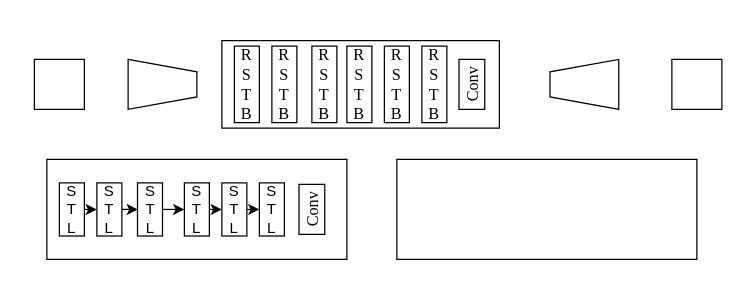
The draw.io diagram SwinIR.drawio in LiSoulSpace/GitBook, before the edit. Source tidied: cells renumbered, new cells numbered last; positions are measured from the earlier drawing's top-left corner, leaving out a move shared by most shapes. Both pictures are drawn from the tidied source at 125%, with x=0, y=0 at pixel (34, 40).
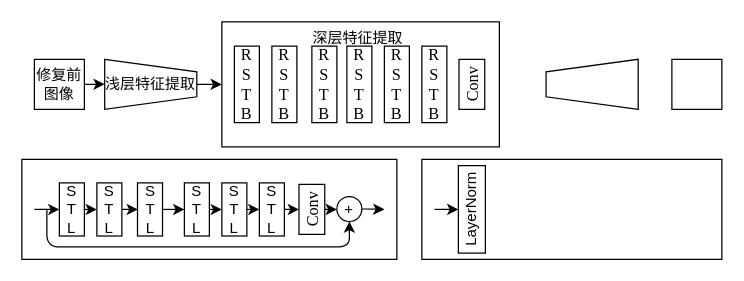
The same diagram, later.

The change refers to these unchanged cells:
```xml
<mxCell id="10" value="S&lt;br&gt;T&lt;br&gt;L" style="rounded=0;whiteSpace=wrap;html=1;" parent="1" vertex="1">
  <mxGeometry x="20" y="113.8" width="20" height="42.5" as="geometry" />
</mxCell>
<mxCell id="19" value="S&lt;br&gt;T&lt;br&gt;L" style="rounded=0;whiteSpace=wrap;html=1;" parent="1" vertex="1">
  <mxGeometry x="180" y="113.8" width="20" height="42.5" as="geometry" />
</mxCell>
<mxCell id="27" value="&lt;font face=&quot;Times New Roman&quot;&gt;&lt;span style=&quot;font-size: 13px;&quot;&gt;Conv&lt;/span&gt;&lt;/font&gt;" style="rounded=0;whiteSpace=wrap;html=1;rotation=-90;" parent="1" vertex="1">
  <mxGeometry x="202" y="124.7" width="40" height="20.6" as="geometry" />
</mxCell>
```

Change to the diagram source:
```diff
@@
+    <mxCell id="28" style="edgeStyle=orthogonalEdgeStyle;rounded=0;jettySize=auto;html=1;exitX=1;exitY=0.5;exitDx=0;exitDy=0;entryX=0.5;entryY=1;entryDx=0;entryDy=0;" parent="1" edge="1" source="2" target="3">
+      <mxGeometry relative="1" as="geometry" />
+    </mxCell>
-    <mxCell id="2" style="rounded=0;whiteSpace=wrap;html=1;" parent="1" vertex="1">
+    <mxCell id="2" value="修复前图像" style="rounded=0;whiteSpace=wrap;html=1;" parent="1" vertex="1">
       <mxGeometry y="15" width="40" height="40" as="geometry" />
     </mxCell>
+    <mxCell id="29" style="edgeStyle=orthogonalEdgeStyle;rounded=0;jettySize=auto;html=1;exitX=0.5;exitY=0;exitDx=0;exitDy=0;entryX=0;entryY=0.5;entryDx=0;entryDy=0;" parent="1" edge="1" source="3" target="4">
+      <mxGeometry relative="1" as="geometry" />
+    </mxCell>
     <mxCell id="3" style="shape=trapezoid;perimeter=trapezoidPerimeter;whiteSpace=wrap;html=1;fixedSize=1;rotation=90;size=10;" parent="1" vertex="1">
-      <mxGeometry x="82.5" y="7.5" width="40" height="55" as="geometry" />
+      <mxGeometry x="73.1" y="-1.9" width="40" height="73.7" as="geometry" />
     </mxCell>
     <mxCell id="4" style="rounded=0;whiteSpace=wrap;html=1;" parent="1" vertex="1">
-      <mxGeometry x="150" width="222" height="70" as="geometry" />
+      <mxGeometry x="150" y="-15" width="222" height="100" as="geometry" />
     </mxCell>
-    <mxCell id="5" style="shape=trapezoid;perimeter=trapezoidPerimeter;whiteSpace=wrap;html=1;fixedSize=1;rotation=-90;size=10;" parent="1" vertex="1">
-      <mxGeometry x="420" y="7.5" width="40" height="55" as="geometry" />
-    </mxCell>
@@
     <mxCell id="7" style="rounded=0;whiteSpace=wrap;html=1;" parent="1" vertex="1">
-      <mxGeometry x="10" y="95" width="240" height="80" as="geometry" />
+      <mxGeometry x="-10" y="95" width="300" height="80" as="geometry" />
     </mxCell>
     <mxCell id="8" style="rounded=0;whiteSpace=wrap;html=1;" parent="1" vertex="1">
-      <mxGeometry x="290" y="95" width="240" height="80" as="geometry" />
+      <mxGeometry x="310" y="95" width="240" height="80" as="geometry" />
     </mxCell>
@@
+    <mxCell id="30" style="edgeStyle=orthogonalEdgeStyle;rounded=0;jettySize=auto;html=1;exitX=1;exitY=0.5;exitDx=0;exitDy=0;entryX=0.5;entryY=0;entryDx=0;entryDy=0;" parent="1" edge="1" source="19" target="27">
+      <mxGeometry relative="1" as="geometry" />
+    </mxCell>
@@
+    <mxCell id="31" style="edgeStyle=orthogonalEdgeStyle;rounded=0;jettySize=auto;html=1;exitX=0.5;exitY=1;exitDx=0;exitDy=0;entryX=0;entryY=0.5;entryDx=0;entryDy=0;" parent="1" edge="1" source="27" target="32">
+      <mxGeometry relative="1" as="geometry" />
+    </mxCell>
@@
+    <mxCell id="32" value="+" style="ellipse;whiteSpace=wrap;html=1;" parent="1" vertex="1">
+      <mxGeometry x="242" y="124.7" width="20" height="20" as="geometry" />
+    </mxCell>
+    <mxCell id="33" style="endArrow=classic;html=1;rounded=0;entryX=0;entryY=0.5;entryDx=0;entryDy=0;" parent="1" edge="1" target="10">
+      <mxGeometry relative="1" as="geometry">
+        <mxPoint y="135" as="sourcePoint" />
+      </mxGeometry>
+    </mxCell>
+    <mxCell id="34" style="endArrow=classic;html=1;rounded=1;entryX=0.5;entryY=1;entryDx=0;entryDy=0;" parent="1" edge="1" target="32">
+      <mxGeometry relative="1" as="geometry">
+        <mxPoint x="10" y="135" as="sourcePoint" />
+        <Array as="points">
+          <mxPoint x="10" y="165" />
+          <mxPoint x="100" y="165" />
+          <mxPoint x="252" y="165" />
+        </Array>
+      </mxGeometry>
+    </mxCell>
+    <mxCell id="35" style="endArrow=classic;html=1;rounded=0;exitX=1;exitY=0.5;exitDx=0;exitDy=0;" parent="1" edge="1" source="32">
+      <mxGeometry relative="1" as="geometry">
+        <mxPoint x="280" y="135" as="targetPoint" />
+      </mxGeometry>
+    </mxCell>
+    <mxCell id="36" value="LayerNorm" style="rounded=0;whiteSpace=wrap;html=1;rotation=-90;" parent="1" vertex="1">
+      <mxGeometry x="315" y="124.2" width="70" height="21.6" as="geometry" />
+    </mxCell>
+    <mxCell id="37" value="浅层特征提取" style="text;html=1;strokeColor=none;fillColor=none;align=center;verticalAlign=middle;whiteSpace=wrap;rounded=0;" parent="1" vertex="1">
+      <mxGeometry x="56.1" y="22.5" width="74" height="25" as="geometry" />
+    </mxCell>
+    <mxCell id="38" value="深层特征提取" style="text;html=1;strokeColor=none;fillColor=none;align=center;verticalAlign=middle;whiteSpace=wrap;rounded=0;" parent="1" vertex="1">
+      <mxGeometry x="222" y="-15" width="74" height="25" as="geometry" />
+    </mxCell>
+    <mxCell id="39" style="shape=trapezoid;perimeter=trapezoidPerimeter;whiteSpace=wrap;html=1;fixedSize=1;rotation=-90;size=10;" parent="1" vertex="1">
+      <mxGeometry x="426.2" y="-1.9" width="40" height="73.7" as="geometry" />
+    </mxCell>
+    <mxCell id="40" style="endArrow=classic;html=1;rounded=0;entryX=0.5;entryY=0;entryDx=0;entryDy=0;exitX=0.042;exitY=0.5;exitDx=0;exitDy=0;exitPerimeter=0;" parent="1" edge="1" source="8" target="36">
+      <mxGeometry relative="1" as="geometry" />
+    </mxCell>
```
